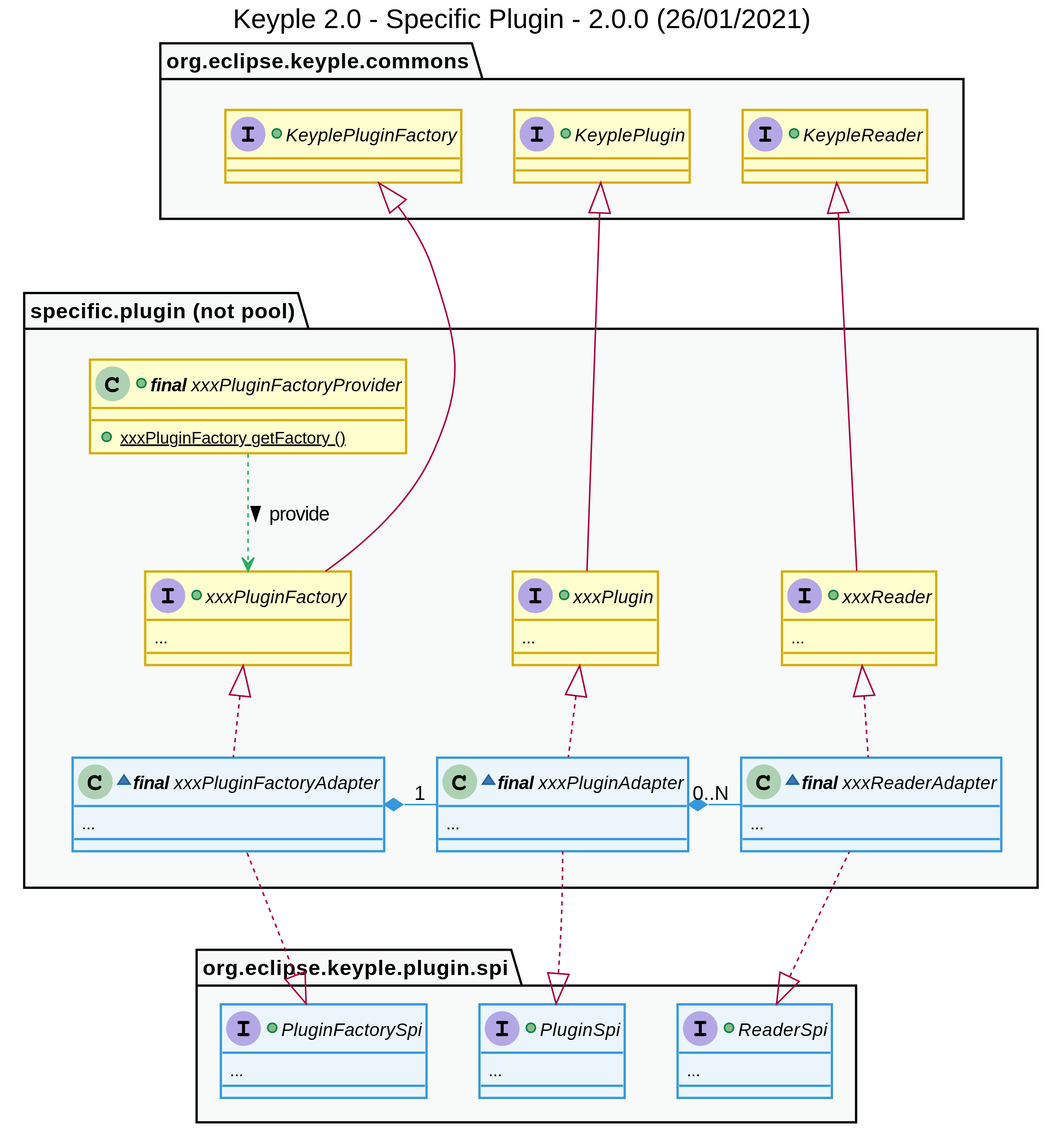
This is uml/class/keyple_2_0_class_specific_plugin.svg from calypsonet/keyple_2_0, a PlantUML export, as it was before one commit.
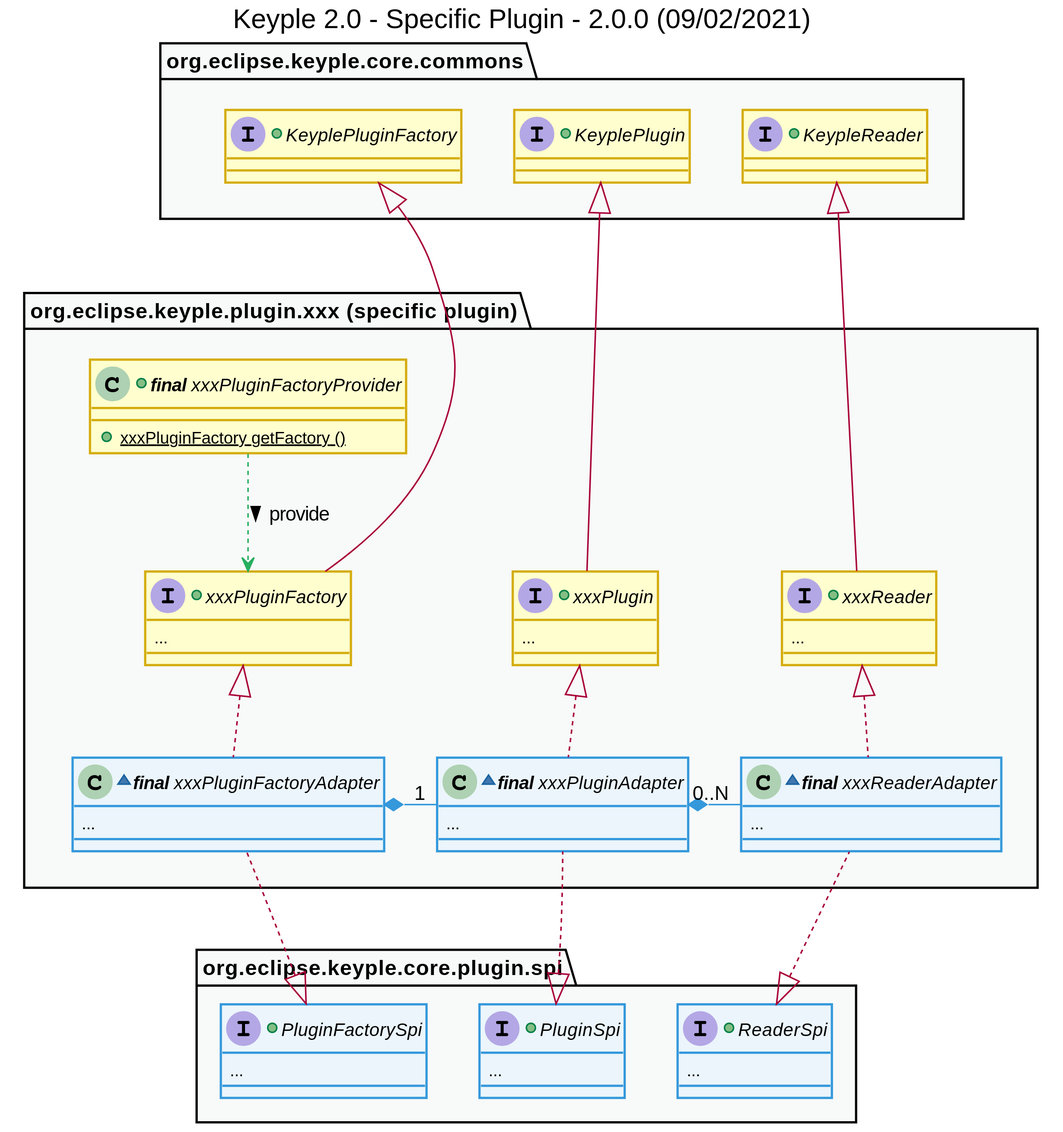
The same diagram one commit later.

The edit, as a diff of the source:
```diff
@@ -1,6 +1,6 @@
 @startuml
 title
-    Keyple 2.0 - Specific Plugin - 2.0.0 (26/01/2021)
+    Keyple 2.0 - Specific Plugin - 2.0.0 (09/02/2021)
 end title
 
 
@@ -37,7 +37,7 @@
 hide <<grey>> stereotype
 
 
-package "org.eclipse.keyple.commons" as commonsApi {
+package "org.eclipse.keyple.core.commons" as commonsApi {
     +interface KeyplePluginFactory {
     }
     +interface KeyplePlugin {
@@ -46,7 +46,7 @@
     }
 }
 
-package "org.eclipse.keyple.plugin.spi" as pluginSpi {
+package "org.eclipse.keyple.core.plugin.spi" as pluginSpi {
     +interface ReaderSpi {
         ...
     }
@@ -58,7 +58,7 @@
     }
 }
 
-package "specific.plugin (not pool)" as specificPluginApi {
+package "org.eclipse.keyple.plugin.xxx (specific plugin)" as specificPluginApi {
     +class "**final** xxxPluginFactoryProvider" as xxxPluginFactoryProvider {
         +{static} xxxPluginFactory getFactory ()
     }
```
